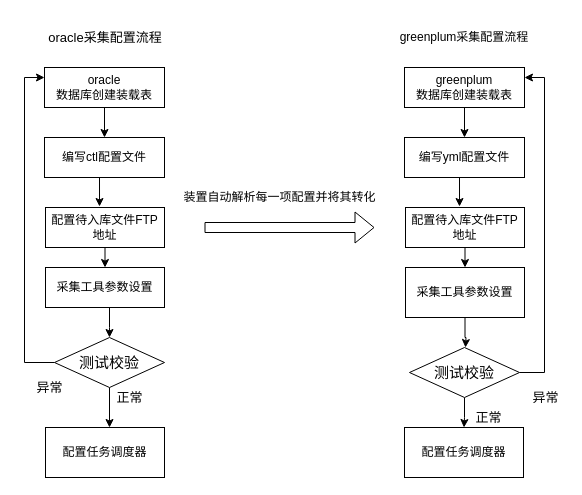
This is Untitled Diagram.drawio from jiangyuanyuan1/invention, a draw.io file, before an edit. Source tidied: cells renumbered, new cells numbered last; positions are measured from the earlier drawing's top-left corner, leaving out a move shared by most shapes. Both pictures are drawn from the tidied source at 100%, with x=0, y=0 at pixel (24, 17).
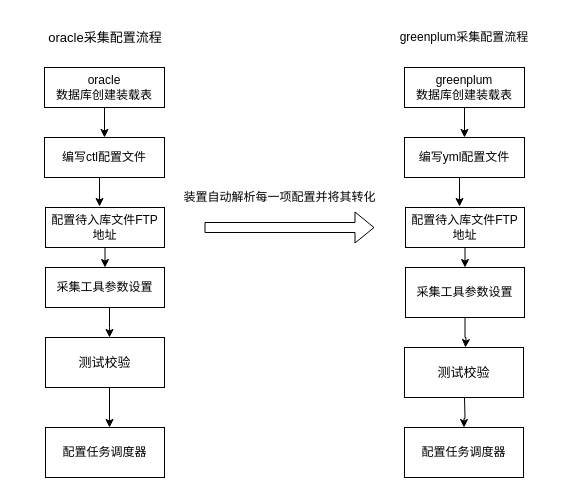
Above is the later version.

The change refers to these unchanged cells:
```xml
<mxCell id="3" value="oracle&lt;br&gt;数据库创建装载表" style="rounded=0;whiteSpace=wrap;html=1;" parent="1" vertex="1">
  <mxGeometry x="20" y="50" width="120" height="40" as="geometry" />
</mxCell>
<mxCell id="10" value="采集工具参数设置" style="rounded=0;whiteSpace=wrap;html=1;" parent="1" vertex="1">
  <mxGeometry x="21" y="250" width="119" height="40" as="geometry" />
</mxCell>
<mxCell id="13" value="greenplum&lt;br&gt;数据库创建装载表" style="rounded=0;whiteSpace=wrap;html=1;" parent="1" vertex="1">
  <mxGeometry x="380" y="50" width="120" height="40" as="geometry" />
</mxCell>
<mxCell id="23" value="配置任务调度器" style="rounded=0;whiteSpace=wrap;html=1;" parent="1" vertex="1">
  <mxGeometry x="21" y="410" width="119" height="50" as="geometry" />
</mxCell>
<mxCell id="24" value="配置任务调度器" style="rounded=0;whiteSpace=wrap;html=1;" parent="1" vertex="1">
  <mxGeometry x="380" y="410" width="119" height="50" as="geometry" />
</mxCell>
```

The edit, as a diff of the source:
```diff
@@
-    <mxCell id="9" style="edgeStyle=orthogonalEdgeStyle;rounded=0;jettySize=auto;html=1;fontSize=15;entryX=0.5;entryY=0;entryDx=0;entryDy=0;" parent="1" edge="1" source="10" target="28">
+    <mxCell id="9" style="edgeStyle=orthogonalEdgeStyle;rounded=0;jettySize=auto;html=1;fontSize=15;entryX=0.5;entryY=0;entryDx=0;entryDy=0;" parent="1" edge="1" source="10">
       <mxGeometry relative="1" as="geometry">
+        <mxPoint x="85" y="320" as="targetPoint" />
         <Array as="points">
           <mxPoint x="85" y="310" />
           <mxPoint x="85" y="310" />
         </Array>
       </mxGeometry>
     </mxCell>
@@
-    <mxCell id="11" style="edgeStyle=orthogonalEdgeStyle;rounded=0;jettySize=auto;html=1;" parent="1" edge="1" source="28" target="23">
+    <mxCell id="11" style="edgeStyle=orthogonalEdgeStyle;rounded=0;jettySize=auto;html=1;" parent="1" edge="1" target="23">
       <mxGeometry relative="1" as="geometry">
+        <mxPoint x="85" y="370" as="sourcePoint" />
         <Array as="points">
-          <mxPoint x="81" y="420" />
-          <mxPoint x="81" y="420" />
+          <mxPoint x="85" y="370" />
+          <mxPoint x="85" y="370" />
         </Array>
       </mxGeometry>
     </mxCell>
@@
-    <mxCell id="25" style="edgeStyle=orthogonalEdgeStyle;rounded=0;jettySize=auto;html=1;entryX=0;entryY=0.25;entryDx=0;entryDy=0;fontSize=15;" parent="1" edge="1" source="28" target="3">
-      <mxGeometry relative="1" as="geometry">
-        <Array as="points">
-          <mxPoint y="345" />
-          <mxPoint y="60" />
-        </Array>
-      </mxGeometry>
-    </mxCell>
-    <mxCell id="26" value="正常" style="text;html=1;align=center;verticalAlign=middle;fontSize=13;" parent="1" vertex="1">
-      <mxGeometry x="85" y="370" width="40" height="20" as="geometry" />
-    </mxCell>
-    <mxCell id="27" value="异常" style="text;html=1;align=center;verticalAlign=middle;fontSize=13;" parent="1" vertex="1">
-      <mxGeometry x="5" y="360" width="40" height="20" as="geometry" />
-    </mxCell>
-    <mxCell id="28" value="测试校验" style="rhombus;whiteSpace=wrap;html=1;fontSize=15;" parent="1" vertex="1">
-      <mxGeometry x="30" y="320" width="110" height="50" as="geometry" />
-    </mxCell>
-    <mxCell id="29" style="edgeStyle=orthogonalEdgeStyle;rounded=0;jettySize=auto;html=1;exitX=1;exitY=0.5;exitDx=0;exitDy=0;entryX=1;entryY=0.25;entryDx=0;entryDy=0;fontSize=15;" parent="1" edge="1" source="31" target="13">
-      <mxGeometry relative="1" as="geometry">
-        <Array as="points">
-          <mxPoint x="520" y="355" />
-          <mxPoint x="520" y="60" />
-        </Array>
-      </mxGeometry>
-    </mxCell>
-    <mxCell id="30" style="edgeStyle=orthogonalEdgeStyle;rounded=0;jettySize=auto;html=1;fontSize=13;" parent="1" edge="1" source="31" target="24">
-      <mxGeometry relative="1" as="geometry" />
+    <mxCell id="30" style="edgeStyle=orthogonalEdgeStyle;rounded=0;jettySize=auto;html=1;fontSize=13;" parent="1" edge="1" target="24">
+      <mxGeometry relative="1" as="geometry">
+        <mxPoint x="440" y="380" as="sourcePoint" />
+      </mxGeometry>
     </mxCell>
-    <mxCell id="31" value="测试校验" style="rhombus;whiteSpace=wrap;html=1;fontSize=15;" parent="1" vertex="1">
-      <mxGeometry x="385" y="330" width="110" height="50" as="geometry" />
-    </mxCell>
-    <mxCell id="32" value="正常" style="text;html=1;align=center;verticalAlign=middle;fontSize=13;" parent="1" vertex="1">
-      <mxGeometry x="443.5" y="390" width="40" height="20" as="geometry" />
-    </mxCell>
-    <mxCell id="33" value="异常" style="text;html=1;align=center;verticalAlign=middle;fontSize=13;" parent="1" vertex="1">
-      <mxGeometry x="500.5" y="370" width="40" height="20" as="geometry" />
-    </mxCell>
+    <mxCell id="34" value="测试校验" style="rounded=0;whiteSpace=wrap;html=1;fontSize=13;" parent="1" vertex="1">
+      <mxGeometry x="21" y="320" width="119" height="50" as="geometry" />
+    </mxCell>
+    <mxCell id="35" value="测试校验" style="rounded=0;whiteSpace=wrap;html=1;fontSize=13;" parent="1" vertex="1">
+      <mxGeometry x="380" y="330" width="119" height="50" as="geometry" />
+    </mxCell>
```
